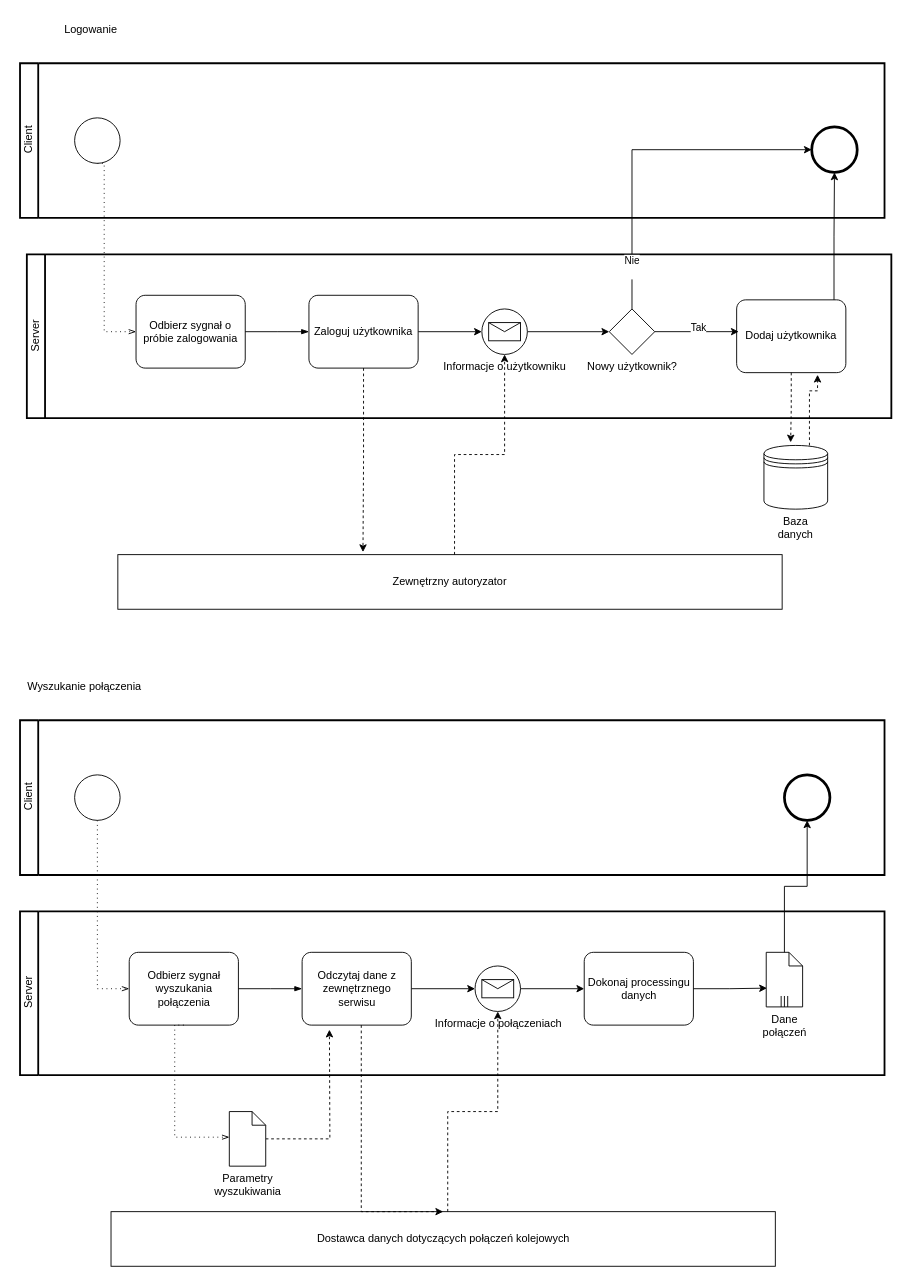
Before: bpmnDiagrams/LoginAndLookForConnections.drawio in ajankowi/Mikrosystemy, a draw.io diagram. Source tidied: cells renumbered, new cells numbered last; positions are measured from the earlier drawing's top-left corner, leaving out a move shared by most shapes. Both pictures are drawn from the tidied source at 91%, with x=0, y=0 at pixel (15, 15).
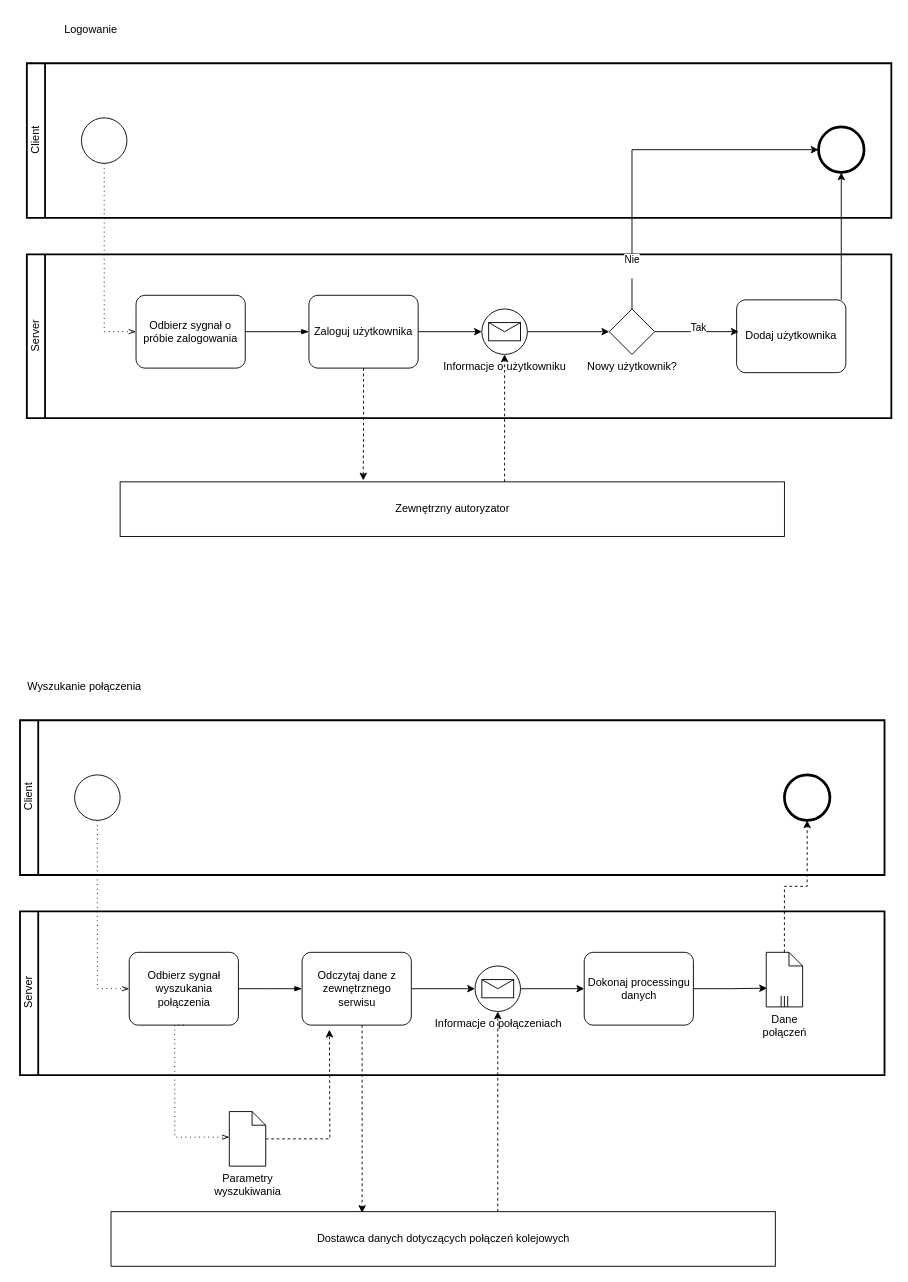
Above is the later version.

The change refers to these unchanged cells:
```xml
<mxCell id="4" style="points=[[0.145,0.145,0],[0.5,0,0],[0.855,0.145,0],[1,0.5,0],[0.855,0.855,0],[0.5,1,0],[0.145,0.855,0],[0,0.5,0]];shape=mxgraph.bpmn.event;html=1;verticalLabelPosition=bottom;labelBackgroundColor=#ffffff;verticalAlign=top;align=center;perimeter=ellipsePerimeter;outlineConnect=0;outline=end;symbol=terminate2;" parent="2" vertex="1">
  <mxGeometry x="870" y="70" width="50" height="50" as="geometry" />
</mxCell>
<mxCell id="9" value="Zaloguj użytkownika" style="points=[[0.25,0,0],[0.5,0,0],[0.75,0,0],[1,0.25,0],[1,0.5,0],[1,0.75,0],[0.75,1,0],[0.5,1,0],[0.25,1,0],[0,0.75,0],[0,0.5,0],[0,0.25,0]];shape=mxgraph.bpmn.task;whiteSpace=wrap;rectStyle=rounded;size=10;taskMarker=abstract;" parent="5" vertex="1">
  <mxGeometry x="310" y="45" width="120" height="80" as="geometry" />
</mxCell>
<mxCell id="11" value="Informacje o użytkowniku" style="points=[[0.145,0.145,0],[0.5,0,0],[0.855,0.145,0],[1,0.5,0],[0.855,0.855,0],[0.5,1,0],[0.145,0.855,0],[0,0.5,0]];shape=mxgraph.bpmn.event;html=1;verticalLabelPosition=bottom;labelBackgroundColor=#ffffff;verticalAlign=top;align=center;perimeter=ellipsePerimeter;outlineConnect=0;outline=standard;symbol=message;" parent="5" vertex="1">
  <mxGeometry x="500" y="60" width="50" height="50" as="geometry" />
</mxCell>
<mxCell id="13" value="Dodaj użytkownika" style="points=[[0.25,0,0],[0.5,0,0],[0.75,0,0],[1,0.25,0],[1,0.5,0],[1,0.75,0],[0.75,1,0],[0.5,1,0],[0.25,1,0],[0,0.75,0],[0,0.5,0],[0,0.25,0]];shape=mxgraph.bpmn.task;whiteSpace=wrap;rectStyle=rounded;size=10;taskMarker=abstract;" parent="5" vertex="1">
  <mxGeometry x="780" y="50" width="120" height="80" as="geometry" />
</mxCell>
<mxCell id="22" style="points=[[0.145,0.145,0],[0.5,0,0],[0.855,0.145,0],[1,0.5,0],[0.855,0.855,0],[0.5,1,0],[0.145,0.855,0],[0,0.5,0]];shape=mxgraph.bpmn.event;html=1;verticalLabelPosition=bottom;labelBackgroundColor=#ffffff;verticalAlign=top;align=center;perimeter=ellipsePerimeter;outlineConnect=0;outline=end;symbol=terminate2;" parent="20" vertex="1">
  <mxGeometry x="840" y="60" width="50" height="50" as="geometry" />
</mxCell>
<mxCell id="27" value="Odczytaj dane z zewnętrznego serwisu" style="points=[[0.25,0,0],[0.5,0,0],[0.75,0,0],[1,0.25,0],[1,0.5,0],[1,0.75,0],[0.75,1,0],[0.5,1,0],[0.25,1,0],[0,0.75,0],[0,0.5,0],[0,0.25,0]];shape=mxgraph.bpmn.task;whiteSpace=wrap;rectStyle=rounded;size=10;taskMarker=abstract;" parent="23" vertex="1">
  <mxGeometry x="310" y="45" width="120" height="80" as="geometry" />
</mxCell>
<mxCell id="29" value="Informacje o połączeniach" style="points=[[0.145,0.145,0],[0.5,0,0],[0.855,0.145,0],[1,0.5,0],[0.855,0.855,0],[0.5,1,0],[0.145,0.855,0],[0,0.5,0]];shape=mxgraph.bpmn.event;html=1;verticalLabelPosition=bottom;labelBackgroundColor=#ffffff;verticalAlign=top;align=center;perimeter=ellipsePerimeter;outlineConnect=0;outline=standard;symbol=message;" parent="23" vertex="1">
  <mxGeometry x="500" y="60" width="50" height="50" as="geometry" />
</mxCell>
<mxCell id="31" value="Dane połączeń" style="shape=mxgraph.bpmn.data;labelPosition=center;verticalLabelPosition=bottom;align=center;verticalAlign=top;whiteSpace=wrap;size=15;html=1;bpmnTransferType=none;isCollection=1;fontSize=12;" parent="23" vertex="1">
  <mxGeometry x="820" y="45" width="40" height="60" as="geometry" />
</mxCell>
<mxCell id="36" value="Dostawca danych dotyczących połączeń kolejowych" style="rounded=0;whiteSpace=wrap;html=1;" parent="1" vertex="1">
  <mxGeometry x="104.5" y="1314" width="730" height="60" as="geometry" />
</mxCell>
```

The edit, as a diff of the source:
```diff
@@
     <mxCell id="2" value="Client" style="swimlane;html=1;startSize=20;fontStyle=0;horizontal=0;swimlaneLine=1;swimlaneFillColor=#ffffff;strokeWidth=2;" parent="1" vertex="1">
-      <mxGeometry x="4.5" y="52" width="950" height="170" as="geometry" />
+      <mxGeometry x="12" y="52" width="950" height="170" as="geometry" />
     </mxCell>
@@
     <mxCell id="18" value="Zewnętrzny autoryzator" style="rounded=0;whiteSpace=wrap;html=1;" parent="1" vertex="1">
-      <mxGeometry x="112" y="592" width="730" height="60" as="geometry" />
+      <mxGeometry x="114.5" y="512" width="730" height="60" as="geometry" />
     </mxCell>
     <mxCell id="19" style="edgeStyle=orthogonalEdgeStyle;rounded=0;jettySize=auto;html=1;entryX=0.5;entryY=1;entryDx=0;entryDy=0;entryPerimeter=0;dashed=1;" parent="1" edge="1" source="18" target="11">
       <mxGeometry relative="1" as="geometry">
         <Array as="points">
-          <mxPoint x="482" y="482" />
-          <mxPoint x="537" y="482" />
+          <mxPoint x="537" y="532" />
+          <mxPoint x="537" y="532" />
         </Array>
       </mxGeometry>
     </mxCell>
@@
-    <mxCell id="37" style="edgeStyle=orthogonalEdgeStyle;rounded=0;jettySize=auto;html=1;entryX=0.5;entryY=0;entryDx=0;entryDy=0;dashed=1;" parent="1" edge="1" source="27" target="36">
+    <mxCell id="37" style="edgeStyle=orthogonalEdgeStyle;rounded=0;jettySize=auto;html=1;dashed=1;entryX=0.378;entryY=0.023;entryDx=0;entryDy=0;entryPerimeter=0;" parent="1" edge="1" source="27" target="36">
       <mxGeometry relative="1" as="geometry">
         <Array as="points">
-          <mxPoint x="379.5" y="1154" />
-          <mxPoint x="379.5" y="1154" />
+          <mxPoint x="380" y="1154" />
         </Array>
       </mxGeometry>
     </mxCell>
     <mxCell id="38" style="edgeStyle=orthogonalEdgeStyle;rounded=0;jettySize=auto;html=1;entryX=0.5;entryY=1;entryDx=0;entryDy=0;entryPerimeter=0;dashed=1;" parent="1" edge="1" source="36" target="29">
       <mxGeometry relative="1" as="geometry">
         <Array as="points">
-          <mxPoint x="474.5" y="1204" />
-          <mxPoint x="529.5" y="1204" />
+          <mxPoint x="530" y="1204" />
         </Array>
       </mxGeometry>
     </mxCell>
-    <mxCell id="39" style="edgeStyle=orthogonalEdgeStyle;rounded=0;jettySize=auto;html=1;entryX=0.5;entryY=1;entryDx=0;entryDy=0;entryPerimeter=0;" parent="1" edge="1" source="31" target="22">
+    <mxCell id="39" style="edgeStyle=orthogonalEdgeStyle;rounded=0;jettySize=auto;html=1;entryX=0.5;entryY=1;entryDx=0;entryDy=0;entryPerimeter=0;dashed=1;" parent="1" edge="1" source="31" target="22">
       <mxGeometry relative="1" as="geometry" />
     </mxCell>
@@
     <mxCell id="44" style="edgeStyle=orthogonalEdgeStyle;rounded=0;jettySize=auto;html=1;" parent="1" edge="1" source="13" target="4">
       <mxGeometry relative="1" as="geometry">
         <Array as="points">
-          <mxPoint x="899" y="242" />
+          <mxPoint x="907" y="272" />
+          <mxPoint x="907" y="272" />
         </Array>
       </mxGeometry>
     </mxCell>
-    <mxCell id="45" style="edgeStyle=orthogonalEdgeStyle;rounded=0;jettySize=auto;html=1;entryX=0.369;entryY=-0.047;entryDx=0;entryDy=0;entryPerimeter=0;dashed=1;" parent="1" edge="1" source="9" target="18">
+    <mxCell id="45" style="edgeStyle=orthogonalEdgeStyle;rounded=0;jettySize=auto;html=1;dashed=1;entryX=0.366;entryY=-0.026;entryDx=0;entryDy=0;entryPerimeter=0;" parent="1" edge="1" source="9" target="18">
       <mxGeometry relative="1" as="geometry" />
     </mxCell>
-    <mxCell id="46" value="Baza danych" style="shape=datastore;whiteSpace=wrap;html=1;labelPosition=center;verticalLabelPosition=bottom;align=center;verticalAlign=top;" parent="1" vertex="1">
-      <mxGeometry x="822" y="472" width="70" height="70" as="geometry" />
-    </mxCell>
-    <mxCell id="47" style="edgeStyle=orthogonalEdgeStyle;rounded=0;jettySize=auto;html=1;entryX=0.419;entryY=-0.048;entryDx=0;entryDy=0;entryPerimeter=0;dashed=1;" parent="1" edge="1" source="13" target="46">
-      <mxGeometry relative="1" as="geometry">
-        <Array as="points">
-          <mxPoint x="852" y="432" />
-          <mxPoint x="851" y="432" />
-        </Array>
-      </mxGeometry>
-    </mxCell>
-    <mxCell id="48" style="edgeStyle=orthogonalEdgeStyle;rounded=0;jettySize=auto;html=1;entryX=0.741;entryY=1.029;entryDx=0;entryDy=0;entryPerimeter=0;dashed=1;" parent="1" edge="1" source="46" target="13">
-      <mxGeometry relative="1" as="geometry">
-        <Array as="points">
-          <mxPoint x="872" y="412" />
-          <mxPoint x="881" y="412" />
-        </Array>
-      </mxGeometry>
-    </mxCell>
```
